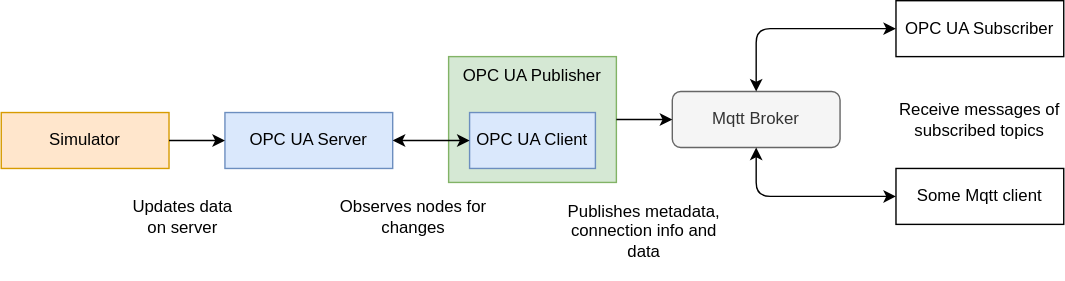
The draw.io diagram img/simulation.drawio.svg in tonik173/opcua-example, before a commit. Source tidied: cells renumbered, new cells last; positions are measured from the earlier drawing's top-left corner, leaving out a move shared by most shapes. The source it was exported from:
```xml
<mxGraphModel>
  <root>
    <mxCell id="0" />
    <mxCell id="1" parent="0" />
    <mxCell id="2" value="OPC UA Server" style="rounded=0;whiteSpace=wrap;html=1;fillColor=#dae8fc;strokeColor=#6c8ebf;" parent="1" vertex="1">
      <mxGeometry x="160" y="80" width="120" height="40" as="geometry" />
    </mxCell>
    <mxCell id="3" value="OPC UA Publisher" style="rounded=0;whiteSpace=wrap;html=1;verticalAlign=top;fillColor=#d5e8d4;strokeColor=#82b366;" parent="1" vertex="1">
      <mxGeometry x="320" y="40" width="120" height="90" as="geometry" />
    </mxCell>
    <mxCell id="4" value="OPC UA Client" style="rounded=0;whiteSpace=wrap;html=1;fillColor=#dae8fc;strokeColor=#6c8ebf;" parent="1" vertex="1">
      <mxGeometry x="335" y="80" width="90" height="40" as="geometry" />
    </mxCell>
    <mxCell id="5" value="Mqtt Broker" style="rounded=1;whiteSpace=wrap;html=1;fillColor=#f5f5f5;fontColor=#333333;strokeColor=#666666;" parent="1" vertex="1">
      <mxGeometry x="480" y="65" width="120" height="40" as="geometry" />
    </mxCell>
    <mxCell id="6" value="OPC UA Subscriber" style="rounded=0;whiteSpace=wrap;html=1;" parent="1" vertex="1">
      <mxGeometry x="640" width="120" height="40" as="geometry" />
    </mxCell>
    <mxCell id="7" style="endArrow=classic;startArrow=classic;html=1;exitX=1;exitY=0.5;exitDx=0;exitDy=0;" parent="1" edge="1" source="2" target="4">
      <mxGeometry relative="1" as="geometry" />
    </mxCell>
    <mxCell id="8" value="Simulator" style="rounded=0;whiteSpace=wrap;html=1;fillColor=#ffe6cc;strokeColor=#d79b00;" parent="1" vertex="1">
      <mxGeometry y="80" width="120" height="40" as="geometry" />
    </mxCell>
    <mxCell id="9" style="endArrow=classic;html=1;exitX=1;exitY=0.5;exitDx=0;exitDy=0;entryX=0;entryY=0.5;entryDx=0;entryDy=0;" parent="1" edge="1" source="3" target="5">
      <mxGeometry relative="1" as="geometry" />
    </mxCell>
    <mxCell id="10" style="endArrow=classic;startArrow=classic;html=1;entryX=0;entryY=0.5;entryDx=0;entryDy=0;exitX=0.5;exitY=0;exitDx=0;exitDy=0;edgeStyle=orthogonalEdgeStyle;" parent="1" edge="1" source="5" target="6">
      <mxGeometry relative="1" as="geometry" />
    </mxCell>
    <mxCell id="11" value="Some Mqtt client" style="rounded=0;whiteSpace=wrap;html=1;" parent="1" vertex="1">
      <mxGeometry x="640" y="120" width="120" height="40" as="geometry" />
    </mxCell>
    <mxCell id="12" style="endArrow=classic;startArrow=classic;html=1;entryX=0;entryY=0.5;entryDx=0;entryDy=0;exitX=0.5;exitY=1;exitDx=0;exitDy=0;edgeStyle=orthogonalEdgeStyle;" parent="1" edge="1" source="5" target="11">
      <mxGeometry relative="1" as="geometry" />
    </mxCell>
    <mxCell id="13" style="endArrow=classic;html=1;exitX=1;exitY=0.5;exitDx=0;exitDy=0;entryX=0;entryY=0.5;entryDx=0;entryDy=0;" parent="1" edge="1" source="8" target="2">
      <mxGeometry relative="1" as="geometry" />
    </mxCell>
    <mxCell id="14" value="Updates data on server" style="text;html=1;strokeColor=none;fillColor=none;align=center;verticalAlign=middle;whiteSpace=wrap;rounded=0;" parent="1" vertex="1">
      <mxGeometry x="90" y="140" width="80" height="30" as="geometry" />
    </mxCell>
    <mxCell id="15" value="Observes nodes for changes" style="text;html=1;strokeColor=none;fillColor=none;align=center;verticalAlign=middle;whiteSpace=wrap;rounded=0;" parent="1" vertex="1">
      <mxGeometry x="240" y="140" width="110" height="30" as="geometry" />
    </mxCell>
    <mxCell id="16" value="Publishes metadata, connection info and data" style="text;html=1;strokeColor=none;fillColor=none;align=center;verticalAlign=middle;whiteSpace=wrap;rounded=0;" parent="1" vertex="1">
      <mxGeometry x="400" y="130" width="120" height="70" as="geometry" />
    </mxCell>
    <mxCell id="17" value="Receive messages of subscribed topics&amp;nbsp;" style="text;html=1;strokeColor=none;fillColor=none;align=center;verticalAlign=middle;whiteSpace=wrap;rounded=0;" parent="1" vertex="1">
      <mxGeometry x="640" y="50" width="120" height="70" as="geometry" />
    </mxCell>
  </root>
</mxGraphModel>
```
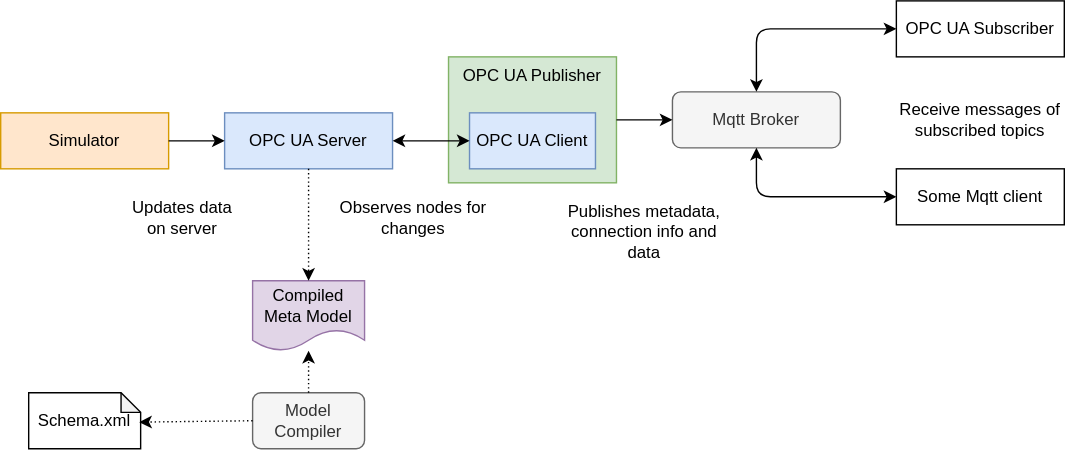
The same diagram one commit later.

Commit message:
added compiler workflow to image

The edit, as a diff of the source:
```diff
@@ -50,5 +50,27 @@
     <mxCell id="17" value="Receive messages of subscribed topics&amp;nbsp;" style="text;html=1;strokeColor=none;fillColor=none;align=center;verticalAlign=middle;whiteSpace=wrap;rounded=0;" parent="1" vertex="1">
       <mxGeometry x="640" y="50" width="120" height="70" as="geometry" />
     </mxCell>
+    <mxCell id="18" value="Schema.xml" style="shape=note;whiteSpace=wrap;html=1;backgroundOutline=1;darkOpacity=0.05;size=14;" parent="1" vertex="1">
+      <mxGeometry x="20" y="280" width="80" height="40" as="geometry" />
+    </mxCell>
+    <mxCell id="19" value="Model Compiler" style="rounded=1;whiteSpace=wrap;html=1;fillColor=#f5f5f5;fontColor=#333333;strokeColor=#666666;" parent="1" vertex="1">
+      <mxGeometry x="180" y="280" width="80" height="40" as="geometry" />
+    </mxCell>
+    <mxCell id="20" value="Compiled Meta Model" style="shape=document;whiteSpace=wrap;html=1;boundedLbl=1;fillColor=#e1d5e7;strokeColor=#9673a6;" parent="1" vertex="1">
+      <mxGeometry x="180" y="200" width="80" height="50" as="geometry" />
+    </mxCell>
+    <mxCell id="21" style="endArrow=classic;html=1;exitX=0.5;exitY=1;exitDx=0;exitDy=0;entryX=0.5;entryY=0;entryDx=0;entryDy=0;dashed=1;dashPattern=1 2;" parent="1" edge="1" source="2" target="20">
+      <mxGeometry relative="1" as="geometry" />
+    </mxCell>
+    <mxCell id="22" style="endArrow=classic;html=1;dashed=1;dashPattern=1 2;exitX=0;exitY=0.5;exitDx=0;exitDy=0;" parent="1" edge="1" source="19">
+      <mxGeometry relative="1" as="geometry">
+        <mxPoint x="99" y="301" as="targetPoint" />
+      </mxGeometry>
+    </mxCell>
+    <mxCell id="23" style="endArrow=classic;html=1;dashed=1;dashPattern=1 2;" parent="1" edge="1" source="19">
+      <mxGeometry relative="1" as="geometry">
+        <mxPoint x="220" y="250" as="targetPoint" />
+      </mxGeometry>
+    </mxCell>
   </root>
 </mxGraphModel>
```
